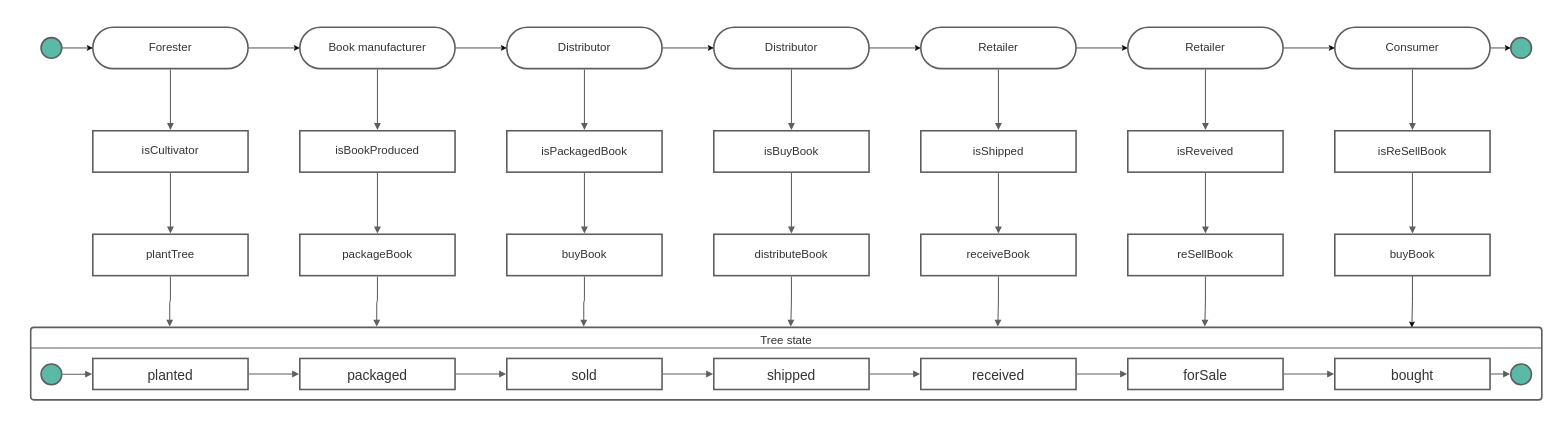
The draw.io diagram page "Page-2" (2 of 2) of Untitled Diagram.drawio in lavikara/project_3, before the edit. Source tidied: cells renumbered, new cells numbered last; positions are measured from the earlier drawing's top-left corner, leaving out a move shared by most shapes. Both pictures are drawn from the tidied source at 69%, with x=0, y=0 at pixel (30, 27).
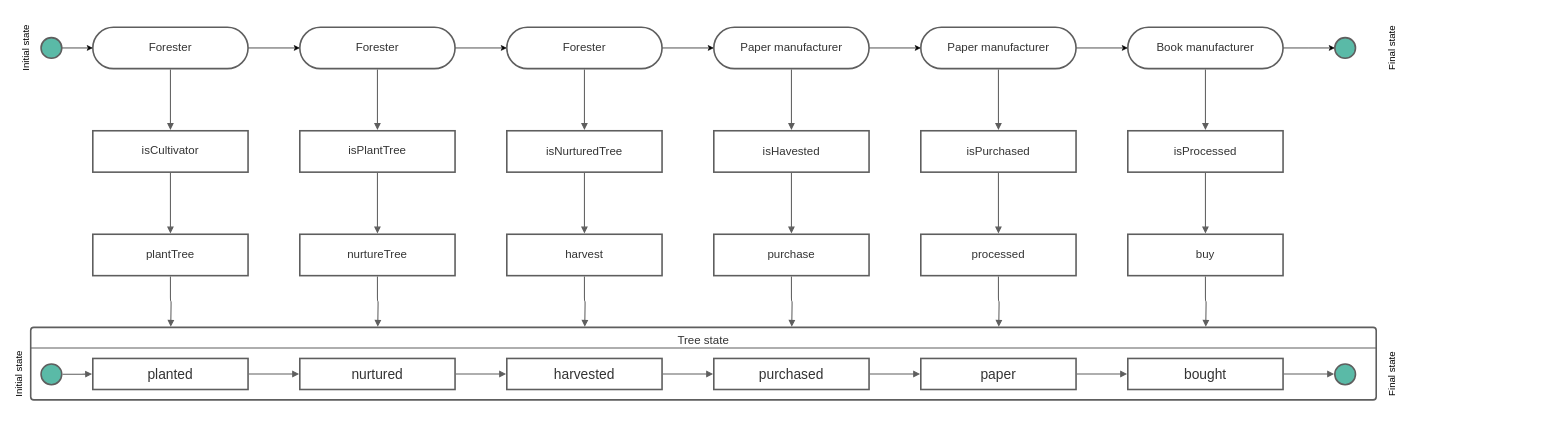
The same page after the edit.

Commit message (it also covers changes not shown here):
Tree state diagram

Unchanged cells that the change refers to:
```xml
<mxCell id="8" value="plantTree" style="html=1;overflow=block;blockSpacing=1;whiteSpace=wrap;whiteSpace=wrap;fontSize=16.7;fontColor=#333333;spacing=9;strokeColor=#5e5e5e;strokeOpacity=100;strokeWidth=2.3;" parent="1" vertex="1">
  <mxGeometry x="90" y="300" width="225" height="60" as="geometry" />
</mxCell>
```

The edit, as a diff of the source:
```diff
@@
     <mxCell id="2" value="Tree state" style="html=1;overflow=block;blockSpacing=1;whiteSpace=wrap;whiteSpace=wrap;fontSize=16.7;fontColor=#333333;spacing=9;verticalAlign=top;strokeColor=#5e5e5e;strokeOpacity=100;rounded=1;absoluteArcSize=1;arcSize=9;strokeWidth=2.3;" parent="1" vertex="1">
-      <mxGeometry y="435" width="2190" height="105" as="geometry" />
+      <mxGeometry y="435" width="1950" height="105" as="geometry" />
     </mxCell>
@@
-    <mxCell id="9" value="packaged" style="html=1;overflow=block;blockSpacing=1;whiteSpace=wrap;whiteSpace=wrap;fontSize=20;fontColor=#333333;spacing=9;strokeColor=#5e5e5e;strokeOpacity=100;strokeWidth=2.3;" parent="1" vertex="1">
+    <mxCell id="9" value="nurtured" style="html=1;overflow=block;blockSpacing=1;whiteSpace=wrap;whiteSpace=wrap;fontSize=20;fontColor=#333333;spacing=9;strokeColor=#5e5e5e;strokeOpacity=100;strokeWidth=2.3;" parent="1" vertex="1">
       <mxGeometry x="390" y="480" width="225" height="45" as="geometry" />
     </mxCell>
-    <mxCell id="10" value="sold" style="html=1;overflow=block;blockSpacing=1;whiteSpace=wrap;whiteSpace=wrap;fontSize=20;fontColor=#333333;spacing=9;strokeColor=#5e5e5e;strokeOpacity=100;strokeWidth=2.3;" parent="1" vertex="1">
+    <mxCell id="10" value="harvested" style="html=1;overflow=block;blockSpacing=1;whiteSpace=wrap;whiteSpace=wrap;fontSize=20;fontColor=#333333;spacing=9;strokeColor=#5e5e5e;strokeOpacity=100;strokeWidth=2.3;" parent="1" vertex="1">
       <mxGeometry x="690" y="480" width="225" height="45" as="geometry" />
     </mxCell>
-    <mxCell id="11" value="shipped" style="html=1;overflow=block;blockSpacing=1;whiteSpace=wrap;whiteSpace=wrap;fontSize=20;fontColor=#333333;spacing=9;strokeColor=#5e5e5e;strokeOpacity=100;strokeWidth=2.3;" parent="1" vertex="1">
+    <mxCell id="11" value="purchased" style="html=1;overflow=block;blockSpacing=1;whiteSpace=wrap;whiteSpace=wrap;fontSize=20;fontColor=#333333;spacing=9;strokeColor=#5e5e5e;strokeOpacity=100;strokeWidth=2.3;" parent="1" vertex="1">
       <mxGeometry x="990" y="480" width="225" height="45" as="geometry" />
     </mxCell>
@@
-    <mxCell id="13" value="Book manufacturer" style="html=1;overflow=block;blockSpacing=1;whiteSpace=wrap;rounded=1;arcSize=50;whiteSpace=wrap;fontSize=16.7;fontColor=#333333;spacing=3.8;strokeColor=#5e5e5e;strokeOpacity=100;strokeWidth=2.3;" parent="1" vertex="1">
+    <mxCell id="13" value="Forester" style="html=1;overflow=block;blockSpacing=1;whiteSpace=wrap;rounded=1;arcSize=50;whiteSpace=wrap;fontSize=16.7;fontColor=#333333;spacing=3.8;strokeColor=#5e5e5e;strokeOpacity=100;strokeWidth=2.3;" parent="1" vertex="1">
       <mxGeometry x="390" width="225" height="60" as="geometry" />
     </mxCell>
-    <mxCell id="14" value="&lt;div style=&quot;display: flex; justify-content: center; text-align: center; align-items: baseline; font-size: 0; line-height: 1.25;margin-top: -2px;&quot;&gt;&lt;span&gt;&lt;span style=&quot;font-size:16.7px;color:#333333;&quot;&gt;isBookProduced&lt;/span&gt;&lt;span style=&quot;font-size:16px;color:#000000;&quot;&gt; &lt;/span&gt;&lt;/span&gt;&lt;/div&gt;" style="html=1;overflow=block;blockSpacing=1;whiteSpace=wrap;whiteSpace=wrap;fontSize=13;spacing=9;strokeColor=#5e5e5e;strokeOpacity=100;strokeWidth=2.3;" parent="1" vertex="1">
+    <mxCell id="14" value="&lt;div style=&quot;display: flex ; justify-content: center ; text-align: center ; align-items: baseline ; font-size: 0 ; line-height: 1.25 ; margin-top: -2px&quot;&gt;&lt;span&gt;&lt;span style=&quot;font-size: 16.7px ; color: #333333&quot;&gt;isPlantTree&lt;/span&gt;&lt;span style=&quot;font-size: 16px ; color: #000000&quot;&gt;&lt;/span&gt;&lt;/span&gt;&lt;/div&gt;" style="html=1;overflow=block;blockSpacing=1;whiteSpace=wrap;whiteSpace=wrap;fontSize=13;spacing=9;strokeColor=#5e5e5e;strokeOpacity=100;strokeWidth=2.3;" parent="1" vertex="1">
       <mxGeometry x="390" y="150" width="225" height="60" as="geometry" />
     </mxCell>
-    <mxCell id="15" value="packageBook" style="html=1;overflow=block;blockSpacing=1;whiteSpace=wrap;whiteSpace=wrap;fontSize=16.7;fontColor=#333333;spacing=9;strokeColor=#5e5e5e;strokeOpacity=100;strokeWidth=2.3;" parent="1" vertex="1">
+    <mxCell id="15" value="nurtureTree" style="html=1;overflow=block;blockSpacing=1;whiteSpace=wrap;whiteSpace=wrap;fontSize=16.7;fontColor=#333333;spacing=9;strokeColor=#5e5e5e;strokeOpacity=100;strokeWidth=2.3;" parent="1" vertex="1">
       <mxGeometry x="390" y="300" width="225" height="60" as="geometry" />
     </mxCell>
@@
-    <mxCell id="17" value="Distributor" style="html=1;overflow=block;blockSpacing=1;whiteSpace=wrap;rounded=1;arcSize=50;whiteSpace=wrap;fontSize=16.7;fontColor=#333333;spacing=3.8;strokeColor=#5e5e5e;strokeOpacity=100;strokeWidth=2.3;" parent="1" vertex="1">
+    <mxCell id="17" value="Forester" style="html=1;overflow=block;blockSpacing=1;whiteSpace=wrap;rounded=1;arcSize=50;whiteSpace=wrap;fontSize=16.7;fontColor=#333333;spacing=3.8;strokeColor=#5e5e5e;strokeOpacity=100;strokeWidth=2.3;" parent="1" vertex="1">
       <mxGeometry x="690" width="225" height="60" as="geometry" />
     </mxCell>
-    <mxCell id="18" value="isPackagedBook" style="html=1;overflow=block;blockSpacing=1;whiteSpace=wrap;whiteSpace=wrap;fontSize=16.7;fontColor=#333333;spacing=9;strokeColor=#5e5e5e;strokeOpacity=100;strokeWidth=2.3;" parent="1" vertex="1">
+    <mxCell id="18" value="isNurturedTree" style="html=1;overflow=block;blockSpacing=1;whiteSpace=wrap;whiteSpace=wrap;fontSize=16.7;fontColor=#333333;spacing=9;strokeColor=#5e5e5e;strokeOpacity=100;strokeWidth=2.3;" parent="1" vertex="1">
       <mxGeometry x="690" y="150" width="225" height="60" as="geometry" />
     </mxCell>
-    <mxCell id="19" value="buyBook" style="html=1;overflow=block;blockSpacing=1;whiteSpace=wrap;whiteSpace=wrap;fontSize=16.7;fontColor=#333333;spacing=9;strokeColor=#5e5e5e;strokeOpacity=100;strokeWidth=2.3;" parent="1" vertex="1">
+    <mxCell id="19" value="harvest" style="html=1;overflow=block;blockSpacing=1;whiteSpace=wrap;whiteSpace=wrap;fontSize=16.7;fontColor=#333333;spacing=9;strokeColor=#5e5e5e;strokeOpacity=100;strokeWidth=2.3;" parent="1" vertex="1">
       <mxGeometry x="690" y="300" width="225" height="60" as="geometry" />
     </mxCell>
@@
-    <mxCell id="21" value="Distributor" style="html=1;overflow=block;blockSpacing=1;whiteSpace=wrap;rounded=1;arcSize=50;whiteSpace=wrap;fontSize=16.7;fontColor=#333333;spacing=3.8;strokeColor=#5e5e5e;strokeOpacity=100;strokeWidth=2.3;" parent="1" vertex="1">
+    <mxCell id="21" value="Paper manufacturer" style="html=1;overflow=block;blockSpacing=1;whiteSpace=wrap;rounded=1;arcSize=50;whiteSpace=wrap;fontSize=16.7;fontColor=#333333;spacing=3.8;strokeColor=#5e5e5e;strokeOpacity=100;strokeWidth=2.3;" parent="1" vertex="1">
       <mxGeometry x="990" width="225" height="60" as="geometry" />
     </mxCell>
-    <mxCell id="22" value="isBuyBook" style="html=1;overflow=block;blockSpacing=1;whiteSpace=wrap;whiteSpace=wrap;fontSize=16.7;fontColor=#333333;spacing=9;strokeColor=#5e5e5e;strokeOpacity=100;strokeWidth=2.3;" parent="1" vertex="1">
+    <mxCell id="22" value="isHavested" style="html=1;overflow=block;blockSpacing=1;whiteSpace=wrap;whiteSpace=wrap;fontSize=16.7;fontColor=#333333;spacing=9;strokeColor=#5e5e5e;strokeOpacity=100;strokeWidth=2.3;" parent="1" vertex="1">
       <mxGeometry x="990" y="150" width="225" height="60" as="geometry" />
     </mxCell>
-    <mxCell id="23" value="distributeBook" style="html=1;overflow=block;blockSpacing=1;whiteSpace=wrap;whiteSpace=wrap;fontSize=16.7;fontColor=#333333;spacing=9;strokeColor=#5e5e5e;strokeOpacity=100;strokeWidth=2.3;" parent="1" vertex="1">
+    <mxCell id="23" value="purchase" style="html=1;overflow=block;blockSpacing=1;whiteSpace=wrap;whiteSpace=wrap;fontSize=16.7;fontColor=#333333;spacing=9;strokeColor=#5e5e5e;strokeOpacity=100;strokeWidth=2.3;" parent="1" vertex="1">
       <mxGeometry x="990" y="300" width="225" height="60" as="geometry" />
     </mxCell>
@@
-    <mxCell id="25" value="Retailer" style="html=1;overflow=block;blockSpacing=1;whiteSpace=wrap;rounded=1;arcSize=50;whiteSpace=wrap;fontSize=16.7;fontColor=#333333;spacing=3.8;strokeColor=#5e5e5e;strokeOpacity=100;strokeWidth=2.3;" parent="1" vertex="1">
+    <mxCell id="25" value="Paper manufacturer" style="html=1;overflow=block;blockSpacing=1;whiteSpace=wrap;rounded=1;arcSize=50;whiteSpace=wrap;fontSize=16.7;fontColor=#333333;spacing=3.8;strokeColor=#5e5e5e;strokeOpacity=100;strokeWidth=2.3;" parent="1" vertex="1">
       <mxGeometry x="1290" width="225" height="60" as="geometry" />
     </mxCell>
-    <mxCell id="26" value="isShipped" style="html=1;overflow=block;blockSpacing=1;whiteSpace=wrap;whiteSpace=wrap;fontSize=16.7;fontColor=#333333;spacing=9;strokeColor=#5e5e5e;strokeOpacity=100;strokeWidth=2.3;" parent="1" vertex="1">
+    <mxCell id="26" value="isPurchased" style="html=1;overflow=block;blockSpacing=1;whiteSpace=wrap;whiteSpace=wrap;fontSize=16.7;fontColor=#333333;spacing=9;strokeColor=#5e5e5e;strokeOpacity=100;strokeWidth=2.3;" parent="1" vertex="1">
       <mxGeometry x="1290" y="150" width="225" height="60" as="geometry" />
     </mxCell>
-    <mxCell id="27" value="receiveBook" style="html=1;overflow=block;blockSpacing=1;whiteSpace=wrap;whiteSpace=wrap;fontSize=16.7;fontColor=#333333;spacing=9;strokeColor=#5e5e5e;strokeOpacity=100;strokeWidth=2.3;" parent="1" vertex="1">
+    <mxCell id="27" value="processed" style="html=1;overflow=block;blockSpacing=1;whiteSpace=wrap;whiteSpace=wrap;fontSize=16.7;fontColor=#333333;spacing=9;strokeColor=#5e5e5e;strokeOpacity=100;strokeWidth=2.3;" parent="1" vertex="1">
       <mxGeometry x="1290" y="300" width="225" height="60" as="geometry" />
     </mxCell>
-    <mxCell id="28" value="received" style="html=1;overflow=block;blockSpacing=1;whiteSpace=wrap;whiteSpace=wrap;fontSize=20;fontColor=#333333;spacing=9;strokeColor=#5e5e5e;strokeOpacity=100;strokeWidth=2.3;" parent="1" vertex="1">
+    <mxCell id="28" value="paper" style="html=1;overflow=block;blockSpacing=1;whiteSpace=wrap;whiteSpace=wrap;fontSize=20;fontColor=#333333;spacing=9;strokeColor=#5e5e5e;strokeOpacity=100;strokeWidth=2.3;" parent="1" vertex="1">
       <mxGeometry x="1290" y="480" width="225" height="45" as="geometry" />
     </mxCell>
-    <mxCell id="29" style="edgeStyle=orthogonalEdgeStyle;rounded=0;jettySize=auto;html=1;exitX=1;exitY=0.5;exitDx=0;exitDy=0;" parent="1" edge="1" source="30" target="35">
-      <mxGeometry relative="1" as="geometry" />
+    <mxCell id="29" style="edgeStyle=orthogonalEdgeStyle;rounded=0;jettySize=auto;html=1;exitX=1;exitY=0.5;exitDx=0;exitDy=0;" parent="1" edge="1" source="30">
+      <mxGeometry relative="1" as="geometry">
+        <mxPoint x="1890" y="30" as="targetPoint" />
+      </mxGeometry>
     </mxCell>
-    <mxCell id="30" value="Retailer" style="html=1;overflow=block;blockSpacing=1;whiteSpace=wrap;rounded=1;arcSize=50;whiteSpace=wrap;fontSize=16.7;fontColor=#333333;spacing=3.8;strokeColor=#5e5e5e;strokeOpacity=100;strokeWidth=2.3;" parent="1" vertex="1">
+    <mxCell id="30" value="Book manufacturer" style="html=1;overflow=block;blockSpacing=1;whiteSpace=wrap;rounded=1;arcSize=50;whiteSpace=wrap;fontSize=16.7;fontColor=#333333;spacing=3.8;strokeColor=#5e5e5e;strokeOpacity=100;strokeWidth=2.3;" parent="1" vertex="1">
       <mxGeometry x="1590" width="225" height="60" as="geometry" />
     </mxCell>
-    <mxCell id="31" value="isReveived" style="html=1;overflow=block;blockSpacing=1;whiteSpace=wrap;whiteSpace=wrap;fontSize=16.7;fontColor=#333333;spacing=9;strokeColor=#5e5e5e;strokeOpacity=100;strokeWidth=2.3;" parent="1" vertex="1">
+    <mxCell id="31" value="isProcessed" style="html=1;overflow=block;blockSpacing=1;whiteSpace=wrap;whiteSpace=wrap;fontSize=16.7;fontColor=#333333;spacing=9;strokeColor=#5e5e5e;strokeOpacity=100;strokeWidth=2.3;" parent="1" vertex="1">
       <mxGeometry x="1590" y="150" width="225" height="60" as="geometry" />
     </mxCell>
-    <mxCell id="32" value="reSellBook" style="html=1;overflow=block;blockSpacing=1;whiteSpace=wrap;whiteSpace=wrap;fontSize=16.7;fontColor=#333333;spacing=9;strokeColor=#5e5e5e;strokeOpacity=100;strokeWidth=2.3;" parent="1" vertex="1">
+    <mxCell id="32" value="buy" style="html=1;overflow=block;blockSpacing=1;whiteSpace=wrap;whiteSpace=wrap;fontSize=16.7;fontColor=#333333;spacing=9;strokeColor=#5e5e5e;strokeOpacity=100;strokeWidth=2.3;" parent="1" vertex="1">
       <mxGeometry x="1590" y="300" width="225" height="60" as="geometry" />
     </mxCell>
-    <mxCell id="33" value="forSale" style="html=1;overflow=block;blockSpacing=1;whiteSpace=wrap;whiteSpace=wrap;fontSize=20;fontColor=#333333;spacing=9;strokeColor=#5e5e5e;strokeOpacity=100;strokeWidth=2.3;" parent="1" vertex="1">
+    <mxCell id="33" value="bought" style="html=1;overflow=block;blockSpacing=1;whiteSpace=wrap;whiteSpace=wrap;fontSize=20;fontColor=#333333;spacing=9;strokeColor=#5e5e5e;strokeOpacity=100;strokeWidth=2.3;" parent="1" vertex="1">
       <mxGeometry x="1590" y="480" width="225" height="45" as="geometry" />
     </mxCell>
-    <mxCell id="34" style="edgeStyle=orthogonalEdgeStyle;rounded=0;jettySize=auto;html=1;exitX=1;exitY=0.5;exitDx=0;exitDy=0;entryX=0;entryY=0.5;entryDx=0;entryDy=0;" parent="1" edge="1" source="35" target="70">
-      <mxGeometry relative="1" as="geometry" />
-    </mxCell>
-    <mxCell id="35" value="Consumer" style="html=1;overflow=block;blockSpacing=1;whiteSpace=wrap;rounded=1;arcSize=50;whiteSpace=wrap;fontSize=16.7;fontColor=#333333;spacing=3.8;strokeColor=#5e5e5e;strokeOpacity=100;strokeWidth=2.3;" parent="1" vertex="1">
-      <mxGeometry x="1890" width="225" height="60" as="geometry" />
-    </mxCell>
-    <mxCell id="36" value="isReSellBook" style="html=1;overflow=block;blockSpacing=1;whiteSpace=wrap;whiteSpace=wrap;fontSize=16.7;fontColor=#333333;spacing=9;strokeColor=#5e5e5e;strokeOpacity=100;strokeWidth=2.3;" parent="1" vertex="1">
-      <mxGeometry x="1890" y="150" width="225" height="60" as="geometry" />
-    </mxCell>
-    <mxCell id="37" style="edgeStyle=orthogonalEdgeStyle;rounded=0;jettySize=auto;html=1;exitX=0.5;exitY=1;exitDx=0;exitDy=0;entryX=0.914;entryY=0;entryDx=0;entryDy=0;entryPerimeter=0;" parent="1" edge="1" source="38" target="2">
-      <mxGeometry relative="1" as="geometry" />
-    </mxCell>
-    <mxCell id="38" value="buyBook" style="html=1;overflow=block;blockSpacing=1;whiteSpace=wrap;whiteSpace=wrap;fontSize=16.7;fontColor=#333333;spacing=9;strokeColor=#5e5e5e;strokeOpacity=100;strokeWidth=2.3;" parent="1" vertex="1">
-      <mxGeometry x="1890" y="300" width="225" height="60" as="geometry" />
-    </mxCell>
-    <mxCell id="39" value="bought" style="html=1;overflow=block;blockSpacing=1;whiteSpace=wrap;whiteSpace=wrap;fontSize=20;fontColor=#333333;spacing=9;strokeColor=#5e5e5e;strokeOpacity=100;strokeWidth=2.3;" parent="1" vertex="1">
-      <mxGeometry x="1890" y="480" width="225" height="45" as="geometry" />
-    </mxCell>
     <mxCell id="40" style="html=1;jettySize=18;whiteSpace=wrap;fontSize=13;strokeColor=#5E5E5E;strokeWidth=1.5;rounded=1;arcSize=12;edgeStyle=orthogonalEdgeStyle;startArrow=none;endArrow=none;" parent="1" edge="1">
       <mxGeometry relative="1" as="geometry">
         <mxPoint y="465" as="sourcePoint" />
-        <mxPoint x="2190" y="465" as="targetPoint" />
+        <mxPoint x="1950" y="465" as="targetPoint" />
       </mxGeometry>
     </mxCell>
@@
-    <mxCell id="45" style="html=1;jettySize=18;whiteSpace=wrap;fontSize=13;strokeColor=#5E5E5E;strokeWidth=1.5;rounded=1;arcSize=12;edgeStyle=orthogonalEdgeStyle;startArrow=none;endArrow=block;endFill=1;exitX=0.5;exitY=1.019;exitPerimeter=0;entryX=0.092;entryY=-0.011;entryPerimeter=0;" parent="1" edge="1" source="8" target="2">
-      <mxGeometry relative="1" as="geometry" />
+    <mxCell id="45" style="html=1;jettySize=18;whiteSpace=wrap;fontSize=13;strokeColor=#5E5E5E;strokeWidth=1.5;rounded=1;arcSize=12;edgeStyle=orthogonalEdgeStyle;startArrow=none;endArrow=block;endFill=1;exitX=0.5;exitY=1.019;exitPerimeter=0;" parent="1" edge="1" source="8">
+      <mxGeometry relative="1" as="geometry">
+        <mxPoint x="203" y="434" as="targetPoint" />
+      </mxGeometry>
     </mxCell>
-    <mxCell id="46" style="html=1;jettySize=18;whiteSpace=wrap;fontSize=13;strokeColor=#5E5E5E;strokeWidth=1.5;rounded=1;arcSize=12;edgeStyle=orthogonalEdgeStyle;startArrow=none;endArrow=block;endFill=1;exitX=0.5;exitY=1.019;exitPerimeter=0;entryX=0.229;entryY=-0.011;entryPerimeter=0;" parent="1" edge="1" source="15" target="2">
-      <mxGeometry relative="1" as="geometry" />
+    <mxCell id="46" style="html=1;jettySize=18;whiteSpace=wrap;fontSize=13;strokeColor=#5E5E5E;strokeWidth=1.5;rounded=1;arcSize=12;edgeStyle=orthogonalEdgeStyle;startArrow=none;endArrow=block;endFill=1;exitX=0.5;exitY=1.019;exitPerimeter=0;" parent="1" edge="1" source="15">
+      <mxGeometry relative="1" as="geometry">
+        <mxPoint x="503" y="434" as="targetPoint" />
+      </mxGeometry>
     </mxCell>
@@
-    <mxCell id="53" style="html=1;jettySize=18;whiteSpace=wrap;fontSize=13;strokeColor=#5E5E5E;strokeWidth=1.5;rounded=1;arcSize=12;edgeStyle=orthogonalEdgeStyle;startArrow=none;endArrow=block;endFill=1;exitX=1.005;exitY=0.5;exitPerimeter=0;entryX=-0.005;entryY=0.5;entryPerimeter=0;" parent="1" edge="1" source="33" target="39">
-      <mxGeometry relative="1" as="geometry" />
+    <mxCell id="53" style="html=1;jettySize=18;whiteSpace=wrap;fontSize=13;strokeColor=#5E5E5E;strokeWidth=1.5;rounded=1;arcSize=12;edgeStyle=orthogonalEdgeStyle;startArrow=none;endArrow=block;endFill=1;exitX=1.005;exitY=0.5;exitPerimeter=0;entryX=-0.005;entryY=0.5;entryPerimeter=0;" parent="1" edge="1" source="33">
+      <mxGeometry relative="1" as="geometry">
+        <mxPoint x="1888.9" y="502.5" as="targetPoint" />
+      </mxGeometry>
     </mxCell>
     <mxCell id="54" style="html=1;overflow=block;blockSpacing=1;whiteSpace=wrap;ellipse;whiteSpace=wrap;fontSize=13;spacing=3.8;strokeColor=#5e5e5e;strokeOpacity=100;fillOpacity=100;rounded=1;absoluteArcSize=1;arcSize=9;fillColor=#5abaa7;strokeWidth=2.3;" parent="1" vertex="1">
-      <mxGeometry x="2145" y="488" width="30" height="30" as="geometry" />
+      <mxGeometry x="1890" y="488" width="30" height="30" as="geometry" />
     </mxCell>
-    <mxCell id="55" style="html=1;jettySize=18;whiteSpace=wrap;fontSize=13;strokeColor=#5E5E5E;strokeWidth=1.5;rounded=1;arcSize=12;edgeStyle=orthogonalEdgeStyle;startArrow=none;endArrow=block;endFill=1;exitX=1.005;exitY=0.5;exitPerimeter=0;entryX=-0.038;entryY=0.5;entryPerimeter=0;" parent="1" edge="1" source="39" target="54">
-      <mxGeometry relative="1" as="geometry" />
-    </mxCell>
@@
-    <mxCell id="58" style="html=1;jettySize=18;whiteSpace=wrap;fontSize=13;strokeColor=#5E5E5E;strokeWidth=1.5;rounded=1;arcSize=12;edgeStyle=orthogonalEdgeStyle;startArrow=none;endArrow=block;endFill=1;exitX=0.5;exitY=1.019;exitPerimeter=0;entryX=0.366;entryY=-0.011;entryPerimeter=0;" parent="1" edge="1" source="19" target="2">
-      <mxGeometry relative="1" as="geometry" />
+    <mxCell id="58" style="html=1;jettySize=18;whiteSpace=wrap;fontSize=13;strokeColor=#5E5E5E;strokeWidth=1.5;rounded=1;arcSize=12;edgeStyle=orthogonalEdgeStyle;startArrow=none;endArrow=block;endFill=1;exitX=0.5;exitY=1.019;exitPerimeter=0;" parent="1" edge="1" source="19">
+      <mxGeometry relative="1" as="geometry">
+        <mxPoint x="803" y="434" as="targetPoint" />
+      </mxGeometry>
     </mxCell>
@@
-    <mxCell id="61" style="html=1;jettySize=18;whiteSpace=wrap;fontSize=13;strokeColor=#5E5E5E;strokeWidth=1.5;rounded=1;arcSize=12;edgeStyle=orthogonalEdgeStyle;startArrow=none;endArrow=block;endFill=1;exitX=0.5;exitY=1.019;exitPerimeter=0;entryX=0.503;entryY=-0.011;entryPerimeter=0;" parent="1" edge="1" source="23" target="2">
-      <mxGeometry relative="1" as="geometry" />
+    <mxCell id="61" style="html=1;jettySize=18;whiteSpace=wrap;fontSize=13;strokeColor=#5E5E5E;strokeWidth=1.5;rounded=1;arcSize=12;edgeStyle=orthogonalEdgeStyle;startArrow=none;endArrow=block;endFill=1;exitX=0.5;exitY=1.019;exitPerimeter=0;" parent="1" edge="1" source="23">
+      <mxGeometry relative="1" as="geometry">
+        <mxPoint x="1103" y="434" as="targetPoint" />
+      </mxGeometry>
     </mxCell>
@@
-    <mxCell id="64" style="html=1;jettySize=18;whiteSpace=wrap;fontSize=13;strokeColor=#5E5E5E;strokeWidth=1.5;rounded=1;arcSize=12;edgeStyle=orthogonalEdgeStyle;startArrow=none;endArrow=block;endFill=1;exitX=0.5;exitY=1.019;exitPerimeter=0;entryX=0.64;entryY=-0.011;entryPerimeter=0;" parent="1" edge="1" source="27" target="2">
-      <mxGeometry relative="1" as="geometry" />
+    <mxCell id="64" style="html=1;jettySize=18;whiteSpace=wrap;fontSize=13;strokeColor=#5E5E5E;strokeWidth=1.5;rounded=1;arcSize=12;edgeStyle=orthogonalEdgeStyle;startArrow=none;endArrow=block;endFill=1;exitX=0.5;exitY=1.019;exitPerimeter=0;" parent="1" edge="1" source="27">
+      <mxGeometry relative="1" as="geometry">
+        <mxPoint x="1403" y="434" as="targetPoint" />
+      </mxGeometry>
     </mxCell>
@@
-    <mxCell id="67" style="html=1;jettySize=18;whiteSpace=wrap;fontSize=13;strokeColor=#5E5E5E;strokeWidth=1.5;rounded=1;arcSize=12;edgeStyle=orthogonalEdgeStyle;startArrow=none;endArrow=block;endFill=1;exitX=0.5;exitY=1.019;exitPerimeter=0;entryX=0.777;entryY=-0.011;entryPerimeter=0;" parent="1" edge="1" source="32" target="2">
-      <mxGeometry relative="1" as="geometry" />
+    <mxCell id="67" style="html=1;jettySize=18;whiteSpace=wrap;fontSize=13;strokeColor=#5E5E5E;strokeWidth=1.5;rounded=1;arcSize=12;edgeStyle=orthogonalEdgeStyle;startArrow=none;endArrow=block;endFill=1;exitX=0.5;exitY=1.019;exitPerimeter=0;" parent="1" edge="1" source="32">
+      <mxGeometry relative="1" as="geometry">
+        <mxPoint x="1703" y="434" as="targetPoint" />
+      </mxGeometry>
     </mxCell>
-    <mxCell id="68" style="html=1;jettySize=18;whiteSpace=wrap;fontSize=13;strokeColor=#5E5E5E;strokeWidth=1.5;rounded=1;arcSize=12;edgeStyle=orthogonalEdgeStyle;startArrow=none;endArrow=block;endFill=1;exitX=0.5;exitY=1.019;exitPerimeter=0;entryX=0.5;entryY=-0.019;entryPerimeter=0;" parent="1" edge="1" source="35" target="36">
-      <mxGeometry relative="1" as="geometry" />
-    </mxCell>
-    <mxCell id="69" style="html=1;jettySize=18;whiteSpace=wrap;fontSize=13;strokeColor=#5E5E5E;strokeWidth=1.5;rounded=1;arcSize=12;edgeStyle=orthogonalEdgeStyle;startArrow=none;endArrow=block;endFill=1;exitX=0.5;exitY=1.019;exitPerimeter=0;entryX=0.5;entryY=-0.019;entryPerimeter=0;" parent="1" edge="1" source="36" target="38">
-      <mxGeometry relative="1" as="geometry" />
-    </mxCell>
     <mxCell id="70" style="html=1;overflow=block;blockSpacing=1;whiteSpace=wrap;ellipse;whiteSpace=wrap;fontSize=13;spacing=3.8;strokeColor=#5e5e5e;strokeOpacity=100;fillOpacity=100;rounded=1;absoluteArcSize=1;arcSize=9;fillColor=#5abaa7;strokeWidth=2.3;" parent="1" vertex="1">
-      <mxGeometry x="2145" y="15" width="30" height="30" as="geometry" />
+      <mxGeometry x="1890" y="15" width="30" height="30" as="geometry" />
     </mxCell>
@@
+    <mxCell id="73" value="Initial state" style="text;html=1;strokeColor=none;fillColor=none;align=center;verticalAlign=middle;whiteSpace=wrap;rounded=0;rotation=-90;fontSize=14;" parent="1" vertex="1">
+      <mxGeometry x="-60" y="20" width="105" height="20" as="geometry" />
+    </mxCell>
+    <mxCell id="74" value="Initial state" style="text;html=1;strokeColor=none;fillColor=none;align=center;verticalAlign=middle;whiteSpace=wrap;rounded=0;rotation=-90;fontSize=14;" parent="1" vertex="1">
+      <mxGeometry x="-70" y="492.5" width="105" height="20" as="geometry" />
+    </mxCell>
+    <mxCell id="75" value="Final state" style="text;html=1;strokeColor=none;fillColor=none;align=center;verticalAlign=middle;whiteSpace=wrap;rounded=0;rotation=-90;fontSize=14;" parent="1" vertex="1">
+      <mxGeometry x="1920" y="20" width="105" height="20" as="geometry" />
+    </mxCell>
+    <mxCell id="76" value="Final state" style="text;html=1;strokeColor=none;fillColor=none;align=center;verticalAlign=middle;whiteSpace=wrap;rounded=0;rotation=-90;fontSize=14;" parent="1" vertex="1">
+      <mxGeometry x="1920" y="492.5" width="105" height="20" as="geometry" />
+    </mxCell>
```
